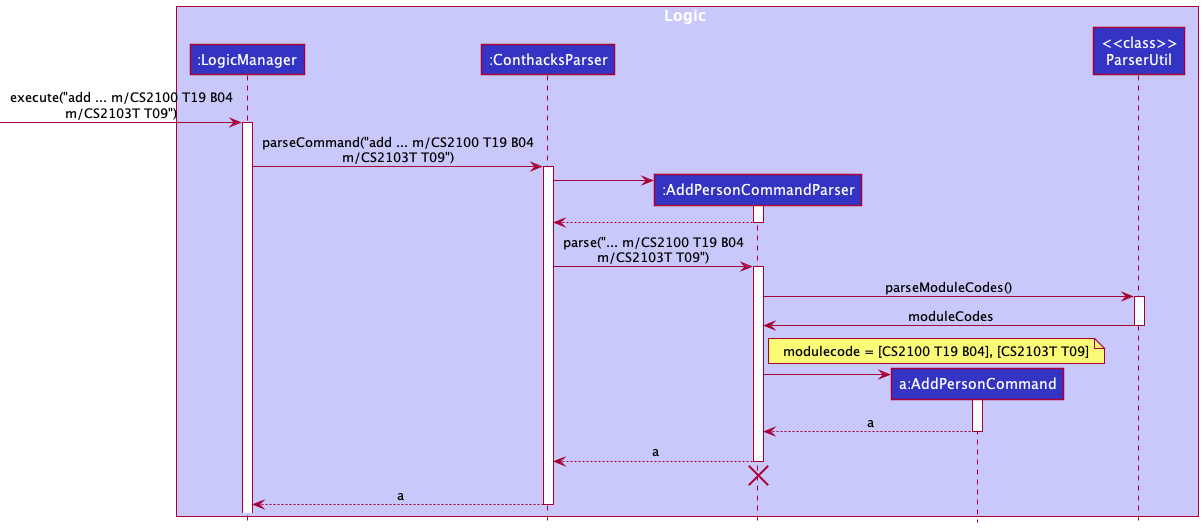
The PlantUML diagram docs/diagrams/ParseAddPersonSequenceDiagram.png in nus-cs2103-AY2122S1/tp, before a commit. Its diagram source:
```plantuml
@startuml
!include style.puml

box Logic LOGIC_COLOR_T1
participant ":LogicManager" as LogicManager LOGIC_COLOR
participant ":ConthacksParser" as ConthacksParser LOGIC_COLOR
participant ":AddPersonCommandParser" as AddPersonCommandParser LOGIC_COLOR
participant "a:AddPersonCommand" as AddPersonCommand LOGIC_COLOR
participant "<<class>>\nParserUtil" as ParserUtil LOGIC_COLOR
end box

[-> LogicManager : execute("add ... m/CS2100 T19 B04\nm/CS2103T T09")
activate LogicManager

LogicManager -> ConthacksParser : parseCommand("add ... m/CS2100 T19 B04\nm/CS2103T T09")
activate ConthacksParser

create AddPersonCommandParser
ConthacksParser -> AddPersonCommandParser
activate AddPersonCommandParser

AddPersonCommandParser --> ConthacksParser
deactivate AddPersonCommandParser

ConthacksParser -> AddPersonCommandParser : parse("... m/CS2100 T19 B04\nm/CS2103T T09")
activate AddPersonCommandParser

AddPersonCommandParser -> ParserUtil : parseModuleCodes()
activate ParserUtil
ParserUtil -> AddPersonCommandParser : moduleCodes
deactivate ParserUtil
note right of AddPersonCommandParser : modulecode = [CS2100 T19 B04], [CS2103T T09]


create AddPersonCommand
AddPersonCommandParser -> AddPersonCommand
activate AddPersonCommand

AddPersonCommand --> AddPersonCommandParser : a
deactivate AddPersonCommand

AddPersonCommandParser --> ConthacksParser : a
deactivate AddPersonCommandParser
AddPersonCommandParser -[hidden]-> ConthacksParser
destroy AddPersonCommandParser

ConthacksParser --> LogicManager : a
deactivate ConthacksParser
@enduml
```
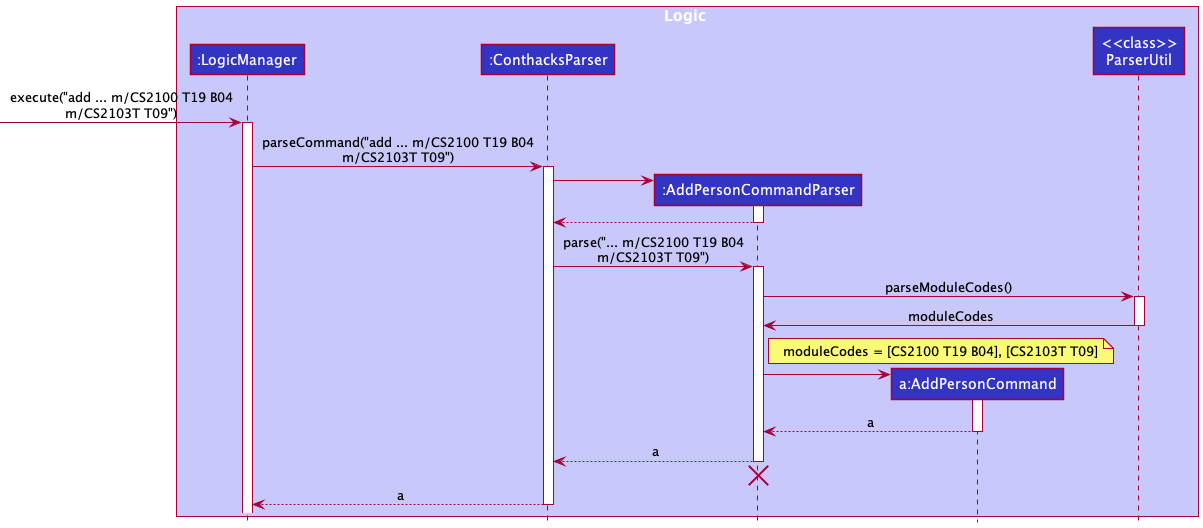
The same diagram one commit later.

Diff of the diagram source:
```diff
@@ -29,7 +29,7 @@
 activate ParserUtil
 ParserUtil -> AddPersonCommandParser : moduleCodes
 deactivate ParserUtil
-note right of AddPersonCommandParser : modulecode = [CS2100 T19 B04], [CS2103T T09]
+note right of AddPersonCommandParser : moduleCodes = [CS2100 T19 B04], [CS2103T T09]
 
 
 create AddPersonCommand
```
